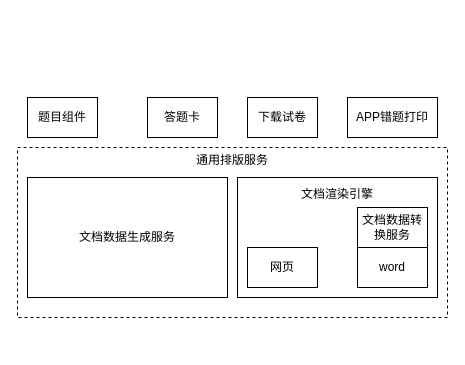
Above: 未命名绘图.drawio in LeeGenD/draw.io (draw.io), before the change. Source tidied: cells renumbered, new cells numbered last; positions are measured from the earlier drawing's top-left corner, leaving out a move shared by most shapes. Both pictures are drawn from the tidied source at 100%, with x=0, y=0 at pixel (17, 97).
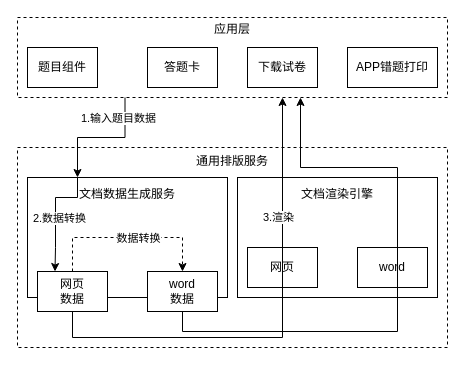
Above is the later version.

Commit message:
更新未命名绘图.drawio

The edit, as a diff of the source:
```diff
@@
+    <mxCell id="12" value="应用层&lt;br&gt;&lt;br&gt;&lt;br&gt;&lt;br&gt;&lt;br&gt;" style="rounded=0;whiteSpace=wrap;html=1;dashed=1;" parent="1" vertex="1">
+      <mxGeometry y="-80" width="430" height="80" as="geometry" />
+    </mxCell>
-    <mxCell id="2" value="通用排版服务&lt;br&gt;&lt;br&gt;&lt;br&gt;&lt;br&gt;&lt;br&gt;&lt;br&gt;&lt;br&gt;&lt;br&gt;&lt;br&gt;&lt;br&gt;&lt;br&gt;" style="rounded=0;whiteSpace=wrap;html=1;dashed=1;" parent="1" vertex="1">
-      <mxGeometry y="50" width="430" height="170" as="geometry" />
+    <mxCell id="2" value="通用排版服务&lt;br&gt;&lt;br&gt;&lt;br&gt;&lt;br&gt;&lt;br&gt;&lt;br&gt;&lt;br&gt;&lt;br&gt;&lt;br&gt;&lt;br&gt;&lt;br&gt;&lt;br&gt;&lt;br&gt;" style="rounded=0;whiteSpace=wrap;html=1;dashed=1;" parent="1" vertex="1">
+      <mxGeometry y="50" width="430" height="200" as="geometry" />
     </mxCell>
-    <mxCell id="3" value="文档数据生成服务" style="rounded=0;whiteSpace=wrap;html=1;" parent="1" vertex="1">
+    <mxCell id="3" value="文档数据生成服务&lt;br&gt;&lt;br&gt;&lt;br&gt;&lt;br&gt;&lt;br&gt;&lt;br&gt;&lt;br&gt;" style="rounded=0;whiteSpace=wrap;html=1;" parent="1" vertex="1">
       <mxGeometry x="10" y="80" width="200" height="120" as="geometry" />
     </mxCell>
@@
-    <mxCell id="7" value="文档数据转换服务" style="rounded=0;whiteSpace=wrap;html=1;" parent="1" vertex="1">
-      <mxGeometry x="340" y="110" width="70" height="40" as="geometry" />
-    </mxCell>
     <mxCell id="8" value="题目组件" style="rounded=0;whiteSpace=wrap;html=1;" parent="1" vertex="1">
-      <mxGeometry x="10" width="70" height="40" as="geometry" />
+      <mxGeometry x="10" y="-50" width="70" height="40" as="geometry" />
     </mxCell>
     <mxCell id="9" value="答题卡" style="rounded=0;whiteSpace=wrap;html=1;" parent="1" vertex="1">
-      <mxGeometry x="130" width="70" height="40" as="geometry" />
+      <mxGeometry x="130" y="-50" width="70" height="40" as="geometry" />
     </mxCell>
     <mxCell id="10" value="下载试卷" style="rounded=0;whiteSpace=wrap;html=1;" parent="1" vertex="1">
-      <mxGeometry x="230" width="70" height="40" as="geometry" />
+      <mxGeometry x="230" y="-50" width="70" height="40" as="geometry" />
     </mxCell>
     <mxCell id="11" value="APP错题打印" style="rounded=0;whiteSpace=wrap;html=1;" parent="1" vertex="1">
-      <mxGeometry x="330" width="90" height="40" as="geometry" />
+      <mxGeometry x="330" y="-50" width="90" height="40" as="geometry" />
     </mxCell>
+    <mxCell id="13" style="edgeStyle=orthogonalEdgeStyle;rounded=0;jettySize=auto;html=1;exitX=0.5;exitY=0;exitDx=0;exitDy=0;entryX=0.5;entryY=0;entryDx=0;entryDy=0;dashed=1;" parent="1" edge="1" source="17" target="19">
+      <mxGeometry relative="1" as="geometry">
+        <Array as="points">
+          <mxPoint x="55" y="140" />
+          <mxPoint x="165" y="140" />
+        </Array>
+      </mxGeometry>
+    </mxCell>
+    <mxCell id="14" value="数据转换" style="edgeLabel;html=1;align=center;verticalAlign=middle;" parent="13" vertex="1">
+      <mxGeometry x="0.36" y="1" relative="1" as="geometry">
+        <mxPoint x="-22" y="1" as="offset" />
+      </mxGeometry>
+    </mxCell>
+    <mxCell id="15" style="edgeStyle=orthogonalEdgeStyle;rounded=0;jettySize=auto;html=1;exitX=0.5;exitY=1;exitDx=0;exitDy=0;" parent="1" edge="1" source="17">
+      <mxGeometry relative="1" as="geometry">
+        <mxPoint x="265" as="targetPoint" />
+        <Array as="points">
+          <mxPoint x="55" y="240" />
+          <mxPoint x="265" y="240" />
+        </Array>
+      </mxGeometry>
+    </mxCell>
+    <mxCell id="16" value="3.渲染" style="edgeLabel;html=1;align=center;verticalAlign=middle;" parent="15" vertex="1">
+      <mxGeometry x="0.62" y="1" relative="1" as="geometry">
+        <mxPoint x="-4" y="29" as="offset" />
+      </mxGeometry>
+    </mxCell>
+    <mxCell id="17" value="网页&lt;br&gt;数据" style="rounded=0;whiteSpace=wrap;html=1;" parent="1" vertex="1">
+      <mxGeometry x="20" y="174" width="70" height="40" as="geometry" />
+    </mxCell>
+    <mxCell id="18" style="edgeStyle=orthogonalEdgeStyle;rounded=0;jettySize=auto;html=1;exitX=0.5;exitY=1;exitDx=0;exitDy=0;" parent="1" edge="1" source="19">
+      <mxGeometry relative="1" as="geometry">
+        <mxPoint x="283" as="targetPoint" />
+        <Array as="points">
+          <mxPoint x="165" y="234" />
+          <mxPoint x="380" y="234" />
+          <mxPoint x="380" y="70" />
+          <mxPoint x="283" y="70" />
+        </Array>
+      </mxGeometry>
+    </mxCell>
+    <mxCell id="19" value="word&lt;br&gt;数据" style="rounded=0;whiteSpace=wrap;html=1;" parent="1" vertex="1">
+      <mxGeometry x="130" y="174" width="70" height="40" as="geometry" />
+    </mxCell>
+    <mxCell id="20" style="edgeStyle=orthogonalEdgeStyle;rounded=0;jettySize=auto;html=1;exitX=0.25;exitY=1;exitDx=0;exitDy=0;entryX=0.25;entryY=0;entryDx=0;entryDy=0;" parent="1" edge="1" source="12" target="3">
+      <mxGeometry relative="1" as="geometry" />
+    </mxCell>
+    <mxCell id="21" value="1.输入题目数据" style="edgeLabel;html=1;align=center;verticalAlign=middle;" parent="20" vertex="1">
+      <mxGeometry x="-0.24" y="1" relative="1" as="geometry">
+        <mxPoint x="1" y="-21" as="offset" />
+      </mxGeometry>
+    </mxCell>
+    <mxCell id="22" style="edgeStyle=orthogonalEdgeStyle;rounded=0;jettySize=auto;html=1;exitX=0.25;exitY=0;exitDx=0;exitDy=0;entryX=0.25;entryY=0;entryDx=0;entryDy=0;" parent="1" edge="1" source="3" target="17">
+      <mxGeometry relative="1" as="geometry">
+        <Array as="points">
+          <mxPoint x="60" y="100" />
+          <mxPoint x="38" y="100" />
+          <mxPoint x="38" y="150" />
+        </Array>
+      </mxGeometry>
+    </mxCell>
+    <mxCell id="23" value="2.数据转换" style="edgeLabel;html=1;align=center;verticalAlign=middle;" parent="22" vertex="1">
+      <mxGeometry x="0.22" relative="1" as="geometry">
+        <mxPoint x="3" y="-9" as="offset" />
+      </mxGeometry>
+    </mxCell>
```
